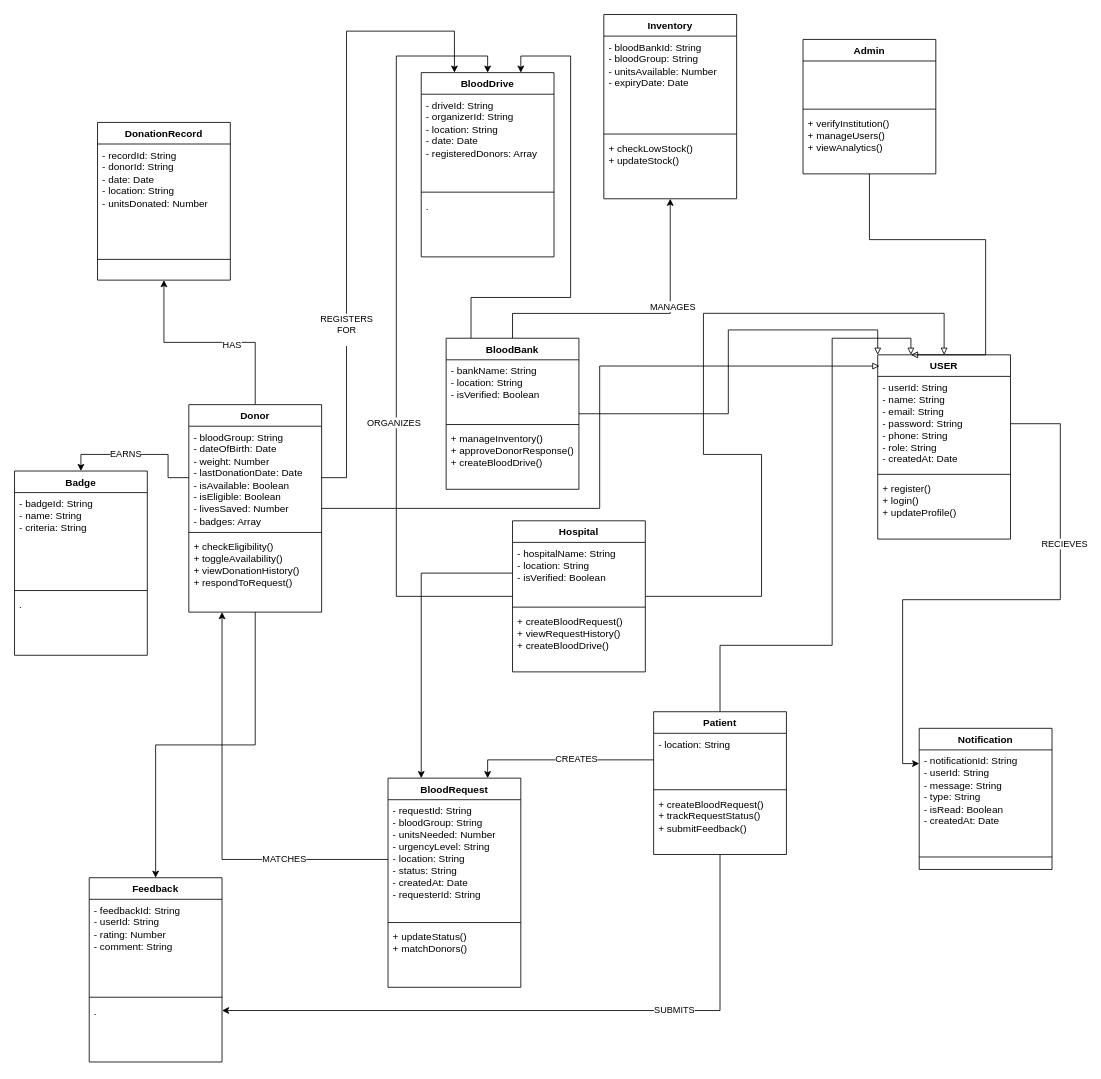
This is docs/BloodBridge-ClassDiagram.drawio.xml from nova-tasnim/BloodBridge, a draw.io file, before an edit. Source tidied: cells renumbered, new cells numbered last; positions are measured from the earlier drawing's top-left corner, leaving out a move shared by most shapes. Both pictures are drawn from the tidied source at 83%, with x=0, y=0 at pixel (14, 14).
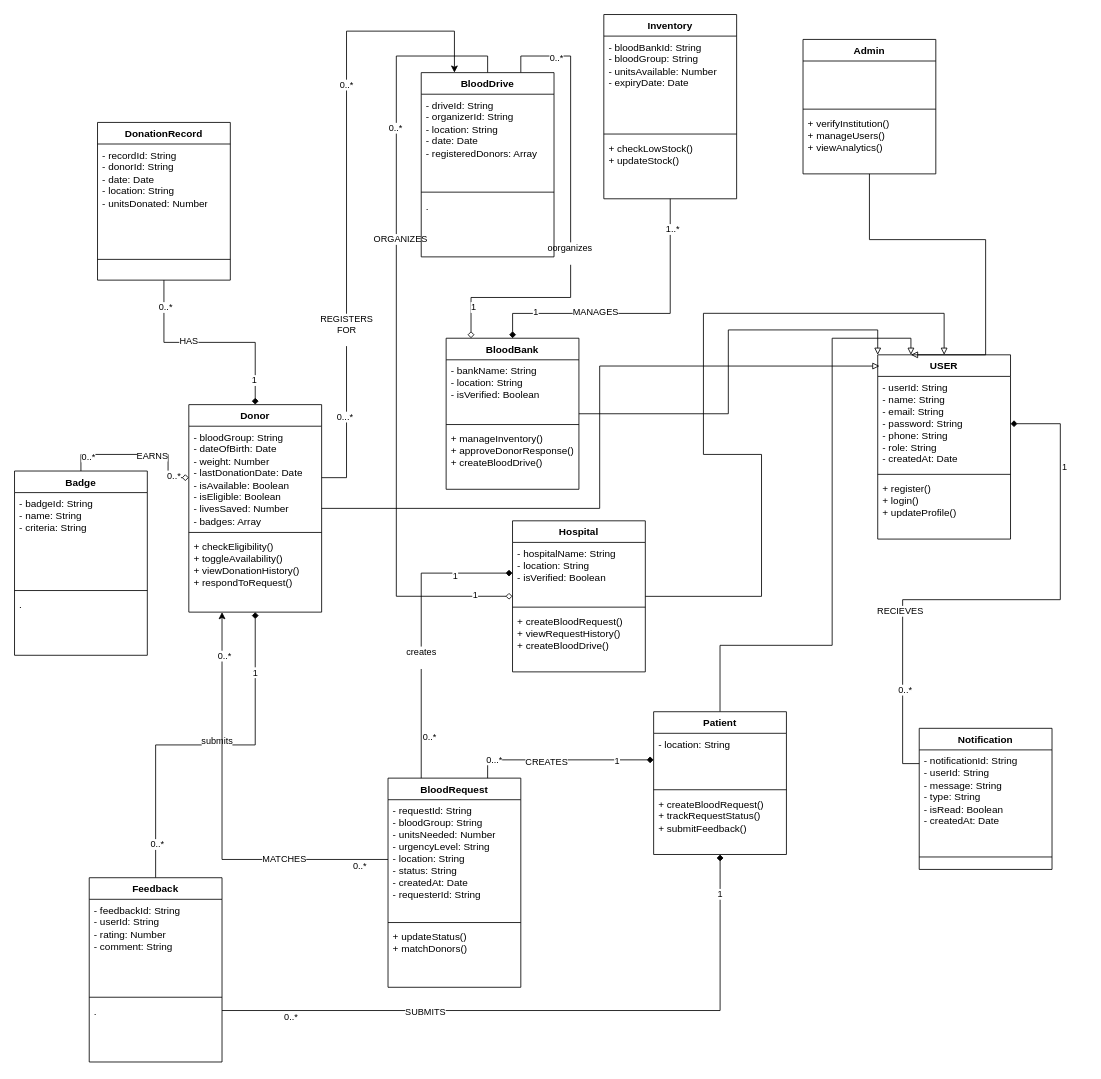
The same diagram, later.

Commit message (it also covers changes not shown here):
Update class diagram with multiplicity and aggregation/composition relationships

The change refers to these unchanged cells:
```xml
<mxCell id="3" value="&lt;div&gt;- userId: String&lt;/div&gt;&lt;div&gt;- name: String&lt;/div&gt;&lt;div&gt;- email: String&lt;/div&gt;&lt;div&gt;- password: String&lt;/div&gt;&lt;div&gt;- phone: String&lt;/div&gt;&lt;div&gt;- role: String&lt;/div&gt;&lt;div&gt;- createdAt: Date&lt;/div&gt;&lt;div&gt;&lt;br&gt;&lt;/div&gt;" style="text;strokeColor=none;fillColor=none;align=left;verticalAlign=top;spacingLeft=4;spacingRight=4;overflow=hidden;points=[[0,0.5],[1,0.5]];portConstraint=eastwest;whiteSpace=wrap;html=1;" parent="2" vertex="1">
  <mxGeometry y="26" width="160" height="114" as="geometry" />
</mxCell>
<mxCell id="14" value="Donor" style="swimlane;fontStyle=1;align=center;verticalAlign=top;horizontal=1;startSize=26;whiteSpace=wrap;html=1;" parent="1" vertex="1">
  <mxGeometry x="210" y="470" width="160" height="250" as="geometry" />
</mxCell>
<mxCell id="15" value="&lt;div&gt;&lt;div&gt;- bloodGroup: String&lt;/div&gt;&lt;div&gt;- dateOfBirth: Date&lt;/div&gt;&lt;div&gt;- weight: Number&lt;/div&gt;&lt;div&gt;- lastDonationDate: Date&lt;/div&gt;&lt;div&gt;- isAvailable: Boolean&lt;/div&gt;&lt;div&gt;- isEligible: Boolean&lt;/div&gt;&lt;div&gt;- livesSaved: Number&lt;/div&gt;&lt;div&gt;- badges: Array&lt;/div&gt;&lt;/div&gt;" style="text;strokeColor=none;fillColor=none;align=left;verticalAlign=top;spacingLeft=4;spacingRight=4;overflow=hidden;points=[[0,0.5],[1,0.5]];portConstraint=eastwest;whiteSpace=wrap;html=1;" parent="14" vertex="1">
  <mxGeometry y="26" width="160" height="124" as="geometry" />
</mxCell>
<mxCell id="21" value="Patient" style="swimlane;fontStyle=1;align=center;verticalAlign=top;horizontal=1;startSize=26;whiteSpace=wrap;html=1;" parent="1" vertex="1">
  <mxGeometry x="770" y="840" width="160" height="172" as="geometry" />
</mxCell>
<mxCell id="22" value="&lt;div&gt;- location: String&lt;/div&gt;" style="text;strokeColor=none;fillColor=none;align=left;verticalAlign=top;spacingLeft=4;spacingRight=4;overflow=hidden;points=[[0,0.5],[1,0.5]];portConstraint=eastwest;whiteSpace=wrap;html=1;" parent="21" vertex="1">
  <mxGeometry y="26" width="160" height="64" as="geometry" />
</mxCell>
<mxCell id="29" value="BloodBank" style="swimlane;fontStyle=1;align=center;verticalAlign=top;horizontal=1;startSize=26;whiteSpace=wrap;html=1;" parent="1" vertex="1">
  <mxGeometry x="520" y="390" width="160" height="182" as="geometry" />
</mxCell>
<mxCell id="36" value="Hospital" style="swimlane;fontStyle=1;align=center;verticalAlign=top;horizontal=1;startSize=26;whiteSpace=wrap;html=1;" parent="1" vertex="1">
  <mxGeometry x="600" y="610" width="160" height="182" as="geometry" />
</mxCell>
<mxCell id="37" value="&lt;div&gt;&lt;div&gt;- hospitalName: String&lt;/div&gt;&lt;div&gt;- location: String&lt;/div&gt;&lt;div&gt;- isVerified: Boolean&lt;/div&gt;&lt;/div&gt;" style="text;strokeColor=none;fillColor=none;align=left;verticalAlign=top;spacingLeft=4;spacingRight=4;overflow=hidden;points=[[0,0.5],[1,0.5]];portConstraint=eastwest;whiteSpace=wrap;html=1;" parent="36" vertex="1">
  <mxGeometry y="26" width="160" height="74" as="geometry" />
</mxCell>
<mxCell id="40" value="DonationRecord" style="swimlane;fontStyle=1;align=center;verticalAlign=top;horizontal=1;startSize=26;whiteSpace=wrap;html=1;" parent="1" vertex="1">
  <mxGeometry x="100" y="130" width="160" height="190" as="geometry" />
</mxCell>
<mxCell id="43" value="Inventory" style="swimlane;fontStyle=1;align=center;verticalAlign=top;horizontal=1;startSize=26;whiteSpace=wrap;html=1;" parent="1" vertex="1">
  <mxGeometry x="710" width="160" height="222" as="geometry" />
</mxCell>
<mxCell id="47" value="Notification" style="swimlane;fontStyle=1;align=center;verticalAlign=top;horizontal=1;startSize=26;whiteSpace=wrap;html=1;" parent="1" vertex="1">
  <mxGeometry x="1090" y="860" width="160" height="170" as="geometry" />
</mxCell>
<mxCell id="50" value="Badge" style="swimlane;fontStyle=1;align=center;verticalAlign=top;horizontal=1;startSize=26;whiteSpace=wrap;html=1;" parent="1" vertex="1">
  <mxGeometry y="550" width="160" height="222" as="geometry" />
</mxCell>
<mxCell id="54" value="BloodDrive" style="swimlane;fontStyle=1;align=center;verticalAlign=top;horizontal=1;startSize=26;whiteSpace=wrap;html=1;" parent="1" vertex="1">
  <mxGeometry x="490" y="70" width="160" height="222" as="geometry" />
</mxCell>
<mxCell id="58" value="Feedback" style="swimlane;fontStyle=1;align=center;verticalAlign=top;horizontal=1;startSize=26;whiteSpace=wrap;html=1;" parent="1" vertex="1">
  <mxGeometry x="90" y="1040" width="160" height="222" as="geometry" />
</mxCell>
<mxCell id="62" value="BloodRequest" style="swimlane;fontStyle=1;align=center;verticalAlign=top;horizontal=1;startSize=26;whiteSpace=wrap;html=1;" parent="1" vertex="1">
  <mxGeometry x="450" y="920" width="160" height="252" as="geometry" />
</mxCell>
<mxCell id="69" style="edgeStyle=orthogonalEdgeStyle;rounded=0;jettySize=auto;html=1;entryX=0.25;entryY=1;entryDx=0;entryDy=0;" parent="1" edge="1" source="63" target="14">
  <mxGeometry relative="1" as="geometry" />
</mxCell>
<mxCell id="76" style="edgeStyle=orthogonalEdgeStyle;rounded=0;jettySize=auto;html=1;entryX=0.25;entryY=0;entryDx=0;entryDy=0;" parent="1" edge="1" source="15" target="54">
  <mxGeometry relative="1" as="geometry">
    <Array as="points">
      <mxPoint x="400" y="558" />
      <mxPoint x="400" y="20" />
      <mxPoint x="530" y="20" />
    </Array>
  </mxGeometry>
</mxCell>
```

What changed in the source:
```diff
@@
-    <mxCell id="11" style="edgeStyle=orthogonalEdgeStyle;rounded=0;jettySize=auto;html=1;entryX=0.5;entryY=1;entryDx=0;entryDy=0;" parent="1" edge="1" source="14" target="40">
+    <mxCell id="11" style="edgeStyle=orthogonalEdgeStyle;rounded=0;jettySize=auto;html=1;exitX=0.5;exitY=1;exitDx=0;exitDy=0;endArrow=diamond;endFill=1;" parent="1" edge="1" source="40" target="14">
       <mxGeometry relative="1" as="geometry" />
     </mxCell>
@@
+    <mxCell id="78" value="1" style="edgeLabel;html=1;align=center;verticalAlign=middle;" parent="11" vertex="1">
+      <mxGeometry x="0.77" y="-2" relative="1" as="geometry" />
+    </mxCell>
+    <mxCell id="79" value="0..*" style="edgeLabel;html=1;align=center;verticalAlign=middle;" parent="11" vertex="1">
+      <mxGeometry x="-0.76" y="1" relative="1" as="geometry">
+        <mxPoint y="1" as="offset" />
+      </mxGeometry>
+    </mxCell>
-    <mxCell id="13" style="edgeStyle=orthogonalEdgeStyle;rounded=0;jettySize=auto;html=1;entryX=0.5;entryY=0;entryDx=0;entryDy=0;" parent="1" edge="1" source="14" target="58">
+    <mxCell id="13" style="edgeStyle=orthogonalEdgeStyle;rounded=0;jettySize=auto;html=1;endArrow=diamond;endFill=1;exitX=0.5;exitY=0;exitDx=0;exitDy=0;" parent="1" edge="1" source="58" target="14">
       <mxGeometry relative="1" as="geometry" />
     </mxCell>
+    <mxCell id="80" value="submits&lt;div&gt;&lt;br&gt;&lt;/div&gt;" style="edgeLabel;html=1;align=center;verticalAlign=middle;" parent="13" vertex="1">
+      <mxGeometry x="0.06" y="-1" relative="1" as="geometry" />
+    </mxCell>
+    <mxCell id="81" value="1" style="edgeLabel;html=1;align=center;verticalAlign=middle;" parent="13" vertex="1">
+      <mxGeometry x="0.67" y="1" relative="1" as="geometry">
+        <mxPoint y="-1" as="offset" />
+      </mxGeometry>
+    </mxCell>
+    <mxCell id="82" value="0..*" style="edgeLabel;html=1;align=center;verticalAlign=middle;" parent="13" vertex="1">
+      <mxGeometry x="-0.82" y="-1" relative="1" as="geometry">
+        <mxPoint y="-1" as="offset" />
+      </mxGeometry>
+    </mxCell>
@@
-    <mxCell id="19" style="edgeStyle=orthogonalEdgeStyle;rounded=0;jettySize=auto;html=1;" parent="1" edge="1" source="21" target="58">
+    <mxCell id="19" style="edgeStyle=orthogonalEdgeStyle;rounded=0;jettySize=auto;html=1;endArrow=diamond;endFill=1;" parent="1" edge="1" source="58" target="21">
       <mxGeometry relative="1" as="geometry">
         <Array as="points">
           <mxPoint x="850.1" y="1200" />
         </Array>
       </mxGeometry>
     </mxCell>
@@
+    <mxCell id="83" value="1" style="edgeLabel;html=1;align=center;verticalAlign=middle;" parent="19" vertex="1">
+      <mxGeometry x="0.88" y="1" relative="1" as="geometry" />
+    </mxCell>
+    <mxCell id="84" value="0..*" style="edgeLabel;html=1;align=center;verticalAlign=middle;" parent="19" vertex="1">
+      <mxGeometry x="-0.79" y="-7" relative="1" as="geometry">
+        <mxPoint x="-1" as="offset" />
+      </mxGeometry>
+    </mxCell>
@@
-    <mxCell id="26" style="edgeStyle=orthogonalEdgeStyle;rounded=0;jettySize=auto;html=1;entryX=0.5;entryY=1;entryDx=0;entryDy=0;" parent="1" edge="1" source="29" target="43">
+    <mxCell id="26" style="edgeStyle=orthogonalEdgeStyle;rounded=0;jettySize=auto;html=1;exitX=0.5;exitY=1;exitDx=0;exitDy=0;endArrow=diamond;endFill=1;" parent="1" edge="1" source="43" target="29">
       <mxGeometry relative="1" as="geometry">
         <Array as="points">
+          <mxPoint x="790.1" y="360.1" />
           <mxPoint x="600.1" y="360.1" />
-          <mxPoint x="790.1" y="360.1" />
         </Array>
       </mxGeometry>
     </mxCell>
@@
+    <mxCell id="85" value="1" style="edgeLabel;html=1;align=center;verticalAlign=middle;" parent="26" vertex="1">
+      <mxGeometry x="0.69" y="-2" relative="1" as="geometry">
+        <mxPoint x="1" as="offset" />
+      </mxGeometry>
+    </mxCell>
+    <mxCell id="86" value="1..*" style="edgeLabel;html=1;align=center;verticalAlign=middle;" parent="26" vertex="1">
+      <mxGeometry x="-0.8" y="2" relative="1" as="geometry" />
+    </mxCell>
-    <mxCell id="28" style="edgeStyle=orthogonalEdgeStyle;rounded=0;jettySize=auto;html=1;entryX=0.75;entryY=0;entryDx=0;entryDy=0;" parent="1" edge="1" source="29" target="54">
+    <mxCell id="28" style="edgeStyle=orthogonalEdgeStyle;rounded=0;jettySize=auto;html=1;exitX=0.75;exitY=0;exitDx=0;exitDy=0;endArrow=diamond;endFill=0;" parent="1" edge="1" source="54" target="29">
       <mxGeometry relative="1" as="geometry">
         <Array as="points">
+          <mxPoint x="610" y="50" />
+          <mxPoint x="670" y="50" />
+          <mxPoint x="670" y="340.9" />
           <mxPoint x="550" y="340.9" />
-          <mxPoint x="670" y="340.9" />
-          <mxPoint x="670" y="50" />
-          <mxPoint x="610" y="50" />
         </Array>
       </mxGeometry>
     </mxCell>
+    <mxCell id="87" value="oorganizes&lt;div&gt;&lt;br&gt;&lt;/div&gt;" style="edgeLabel;html=1;align=center;verticalAlign=middle;" parent="28" vertex="1">
+      <mxGeometry x="0.17" y="-2" relative="1" as="geometry">
+        <mxPoint y="1" as="offset" />
+      </mxGeometry>
+    </mxCell>
+    <mxCell id="88" value="1" style="edgeLabel;html=1;align=center;verticalAlign=middle;" parent="28" vertex="1">
+      <mxGeometry x="0.86" y="2" relative="1" as="geometry" />
+    </mxCell>
+    <mxCell id="89" value="0..*" style="edgeLabel;html=1;align=center;verticalAlign=middle;" parent="28" vertex="1">
+      <mxGeometry x="-0.77" y="-2" relative="1" as="geometry" />
+    </mxCell>
@@
-    <mxCell id="34" style="edgeStyle=orthogonalEdgeStyle;rounded=0;jettySize=auto;html=1;entryX=0.5;entryY=0;entryDx=0;entryDy=0;" parent="1" edge="1" source="36" target="54">
+    <mxCell id="34" style="edgeStyle=orthogonalEdgeStyle;rounded=0;jettySize=auto;html=1;exitX=0.5;exitY=0;exitDx=0;exitDy=0;endArrow=diamond;endFill=0;" parent="1" edge="1" source="54" target="36">
       <mxGeometry relative="1" as="geometry">
         <Array as="points">
+          <mxPoint x="570" y="50" />
+          <mxPoint x="460" y="50" />
           <mxPoint x="460" y="700.9" />
-          <mxPoint x="460" y="50" />
-          <mxPoint x="570" y="50" />
         </Array>
       </mxGeometry>
     </mxCell>
@@
+    <mxCell id="90" value="1" style="edgeLabel;html=1;align=center;verticalAlign=middle;" parent="34" vertex="1">
+      <mxGeometry x="0.9" y="2" relative="1" as="geometry" />
+    </mxCell>
+    <mxCell id="91" value="0..*" style="edgeLabel;html=1;align=center;verticalAlign=middle;" parent="34" vertex="1">
+      <mxGeometry x="-0.53" y="-2" relative="1" as="geometry" />
+    </mxCell>
@@
-    <mxCell id="66" style="edgeStyle=orthogonalEdgeStyle;rounded=0;jettySize=auto;html=1;entryX=0.75;entryY=0;entryDx=0;entryDy=0;" parent="1" edge="1" source="22" target="62">
+    <mxCell id="66" style="edgeStyle=orthogonalEdgeStyle;rounded=0;jettySize=auto;html=1;endArrow=diamond;endFill=1;exitX=0.75;exitY=0;exitDx=0;exitDy=0;" parent="1" edge="1" source="62" target="22">
       <mxGeometry relative="1" as="geometry" />
     </mxCell>
@@
+    <mxCell id="92" value="1" style="edgeLabel;html=1;align=center;verticalAlign=middle;" parent="66" vertex="1">
+      <mxGeometry x="0.6" y="-1" relative="1" as="geometry">
+        <mxPoint x="-1" as="offset" />
+      </mxGeometry>
+    </mxCell>
+    <mxCell id="93" value="0...*" style="edgeLabel;html=1;align=center;verticalAlign=middle;" parent="66" vertex="1">
+      <mxGeometry x="-0.73" y="1" relative="1" as="geometry">
+        <mxPoint x="-1" as="offset" />
+      </mxGeometry>
+    </mxCell>
-    <mxCell id="68" style="edgeStyle=orthogonalEdgeStyle;rounded=0;jettySize=auto;html=1;entryX=0.25;entryY=0;entryDx=0;entryDy=0;" parent="1" edge="1" source="37" target="62">
+    <mxCell id="68" style="edgeStyle=orthogonalEdgeStyle;rounded=0;jettySize=auto;html=1;exitX=0.25;exitY=0;exitDx=0;exitDy=0;endArrow=diamond;endFill=1;" parent="1" edge="1" source="62" target="37">
       <mxGeometry relative="1" as="geometry" />
     </mxCell>
+    <mxCell id="94" value="creates&lt;div&gt;&lt;br&gt;&lt;/div&gt;" style="edgeLabel;html=1;align=center;verticalAlign=middle;" parent="68" vertex="1">
+      <mxGeometry x="-0.18" y="1" relative="1" as="geometry" />
+    </mxCell>
+    <mxCell id="95" value="1" style="edgeLabel;html=1;align=center;verticalAlign=middle;" parent="68" vertex="1">
+      <mxGeometry x="0.6" y="-3" relative="1" as="geometry">
+        <mxPoint x="1" as="offset" />
+      </mxGeometry>
+    </mxCell>
+    <mxCell id="96" value="0..*" style="edgeLabel;html=1;align=center;verticalAlign=middle;" parent="68" vertex="1">
+      <mxGeometry x="-0.72" y="-9" relative="1" as="geometry" />
+    </mxCell>
@@
+    <mxCell id="97" value="0..*" style="edgeLabel;html=1;align=center;verticalAlign=middle;" parent="69" vertex="1">
+      <mxGeometry x="0.79" y="-3" relative="1" as="geometry" />
+    </mxCell>
+    <mxCell id="98" value="0..*" style="edgeLabel;html=1;align=center;verticalAlign=middle;" parent="69" vertex="1">
+      <mxGeometry x="-0.86" y="7" relative="1" as="geometry" />
+    </mxCell>
-    <mxCell id="71" style="edgeStyle=orthogonalEdgeStyle;rounded=0;jettySize=auto;html=1;entryX=0;entryY=0.25;entryDx=0;entryDy=0;" parent="1" edge="1" source="3" target="47">
+    <mxCell id="71" style="edgeStyle=orthogonalEdgeStyle;rounded=0;jettySize=auto;html=1;endArrow=diamond;endFill=1;exitX=0;exitY=0.25;exitDx=0;exitDy=0;" parent="1" edge="1" source="47" target="3">
       <mxGeometry relative="1" as="geometry">
         <Array as="points">
+          <mxPoint x="1070" y="902.6" />
+          <mxPoint x="1070" y="705" />
+          <mxPoint x="1260" y="705" />
           <mxPoint x="1260" y="493" />
-          <mxPoint x="1260" y="705" />
-          <mxPoint x="1070" y="705" />
-          <mxPoint x="1070" y="902.6" />
         </Array>
       </mxGeometry>
     </mxCell>
@@
+    <mxCell id="99" value="1" style="edgeLabel;html=1;align=center;verticalAlign=middle;" parent="71" vertex="1">
+      <mxGeometry x="0.67" y="-4" relative="1" as="geometry">
+        <mxPoint y="-1" as="offset" />
+      </mxGeometry>
+    </mxCell>
+    <mxCell id="100" value="0..*" style="edgeLabel;html=1;align=center;verticalAlign=middle;" parent="71" vertex="1">
+      <mxGeometry x="-0.68" y="-2" relative="1" as="geometry" />
+    </mxCell>
@@
-    <mxCell id="74" style="edgeStyle=orthogonalEdgeStyle;rounded=0;jettySize=auto;html=1;entryX=0.5;entryY=0;entryDx=0;entryDy=0;" parent="1" edge="1" source="15" target="50">
+    <mxCell id="74" style="edgeStyle=orthogonalEdgeStyle;rounded=0;jettySize=auto;html=1;exitX=0.5;exitY=0;exitDx=0;exitDy=0;endArrow=diamond;endFill=0;" parent="1" edge="1" source="50" target="15">
       <mxGeometry relative="1" as="geometry" />
     </mxCell>
@@
+    <mxCell id="101" value="0..*" style="edgeLabel;html=1;align=center;verticalAlign=middle;" parent="74" vertex="1">
+      <mxGeometry x="0.77" y="3" relative="1" as="geometry">
+        <mxPoint x="1" as="offset" />
+      </mxGeometry>
+    </mxCell>
+    <mxCell id="102" value="0..*" style="edgeLabel;html=1;align=center;verticalAlign=middle;" parent="74" vertex="1">
+      <mxGeometry x="-0.67" y="-2" relative="1" as="geometry">
+        <mxPoint x="-1" as="offset" />
+      </mxGeometry>
+    </mxCell>
@@
+    <mxCell id="103" value="0...*" style="edgeLabel;html=1;align=center;verticalAlign=middle;" parent="76" vertex="1">
+      <mxGeometry x="-0.72" y="3" relative="1" as="geometry">
+        <mxPoint y="1" as="offset" />
+      </mxGeometry>
+    </mxCell>
+    <mxCell id="104" value="0..*" style="edgeLabel;html=1;align=center;verticalAlign=middle;" parent="76" vertex="1">
+      <mxGeometry x="0.35" y="1" relative="1" as="geometry">
+        <mxPoint y="1" as="offset" />
+      </mxGeometry>
+    </mxCell>
```
